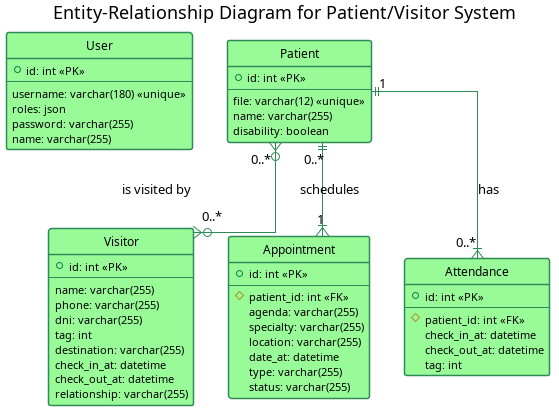
This is DER.png from genomorro/registro-io, a PlantUML export, as it was before one commit. Its source is kept beside it as DER.puml.
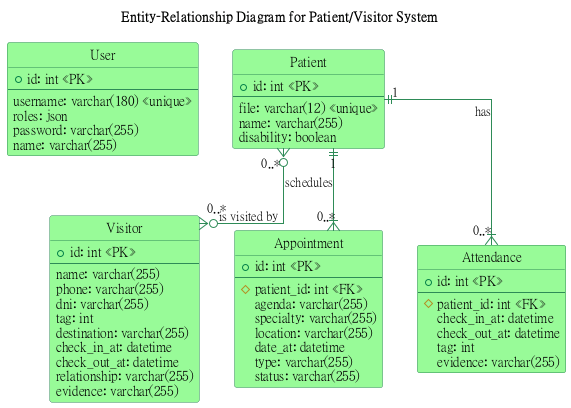
The same file after the commit.

The edit, as a diff of the source:
```diff
@@ -41,6 +41,7 @@
   check_in_at: datetime
   check_out_at: datetime
   relationship: varchar(255)
+  evidence: varchar(255)
 }
 
 entity "Appointment" as appointment {
@@ -62,6 +63,7 @@
   check_in_at: datetime
   check_out_at: datetime
   tag: int
+  evidence: varchar(255)
 }
 
 patient "1" ||--|{ "0..*" appointment : "schedules"
```
